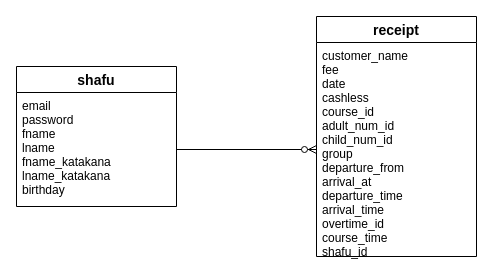
This is ERD.dio from kansei-bit/rickshaw, a draw.io file, before an edit. Source tidied: cells renumbered, new cells numbered last; positions are measured from the earlier drawing's top-left corner, leaving out a move shared by most shapes. Both pictures are drawn from the tidied source at 100%, with x=0, y=0 at pixel (16, 16).
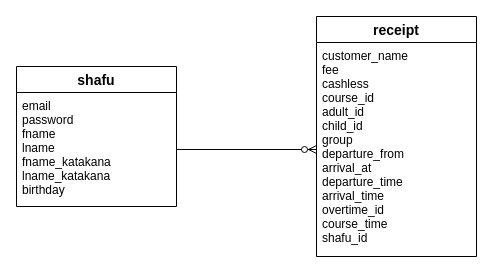
After the change.

Diff of the diagram source:
```diff
@@
 <mxGraphModel>
   <root>
     <mxCell id="0" />
     <mxCell id="1" parent="0" />
     <mxCell id="2" value="receipt" style="swimlane;fontStyle=1;horizontal=1;startSize=26;align=center;fontSize=14;" parent="1" vertex="1">
       <mxGeometry x="300" width="160" height="240" as="geometry" />
     </mxCell>
-    <mxCell id="3" value="customer_name&#10;fee&#10;date&#10;cashless&#10;course_id&#10;adult_num_id&#10;child_num_id&#10;group&#10;departure_from&#10;arrival_at&#10;departure_time&#10;arrival_time&#10;overtime_id&#10;course_time&#10;shafu_id" style="text;strokeColor=none;fillColor=none;spacingLeft=4;spacingRight=4;overflow=hidden;points=[[0,0.5],[1,0.5]];portConstraint=eastwest;fontSize=12;" parent="2" vertex="1">
+    <mxCell id="3" value="customer_name&#10;fee&#10;cashless&#10;course_id&#10;adult_id&#10;child_id&#10;group&#10;departure_from&#10;arrival_at&#10;departure_time&#10;arrival_time&#10;overtime_id&#10;course_time&#10;shafu_id" style="text;strokeColor=none;fillColor=none;spacingLeft=4;spacingRight=4;overflow=hidden;points=[[0,0.5],[1,0.5]];portConstraint=eastwest;fontSize=12;" parent="2" vertex="1">
       <mxGeometry y="26" width="160" height="214" as="geometry" />
     </mxCell>
     <mxCell id="4" style="edgeStyle=orthogonalEdgeStyle;rounded=0;jettySize=auto;html=1;entryX=0;entryY=0.5;entryDx=0;entryDy=0;endArrow=ERzeroToMany;endFill=1;" parent="1" edge="1" source="6" target="3">
       <mxGeometry relative="1" as="geometry" />
     </mxCell>
     <mxCell id="5" value="shafu" style="swimlane;fontStyle=1;horizontal=1;startSize=26;align=center;fontSize=14;" parent="1" vertex="1">
       <mxGeometry y="50" width="160" height="140" as="geometry" />
     </mxCell>
     <mxCell id="6" value="email&#10;password&#10;fname&#10;lname&#10;fname_katakana&#10;lname_katakana&#10;birthday" style="text;strokeColor=none;fillColor=none;spacingLeft=4;spacingRight=4;overflow=hidden;points=[[0,0.5],[1,0.5]];portConstraint=eastwest;fontSize=12;" parent="5" vertex="1">
       <mxGeometry y="26" width="160" height="114" as="geometry" />
     </mxCell>
   </root>
 </mxGraphModel>
```
